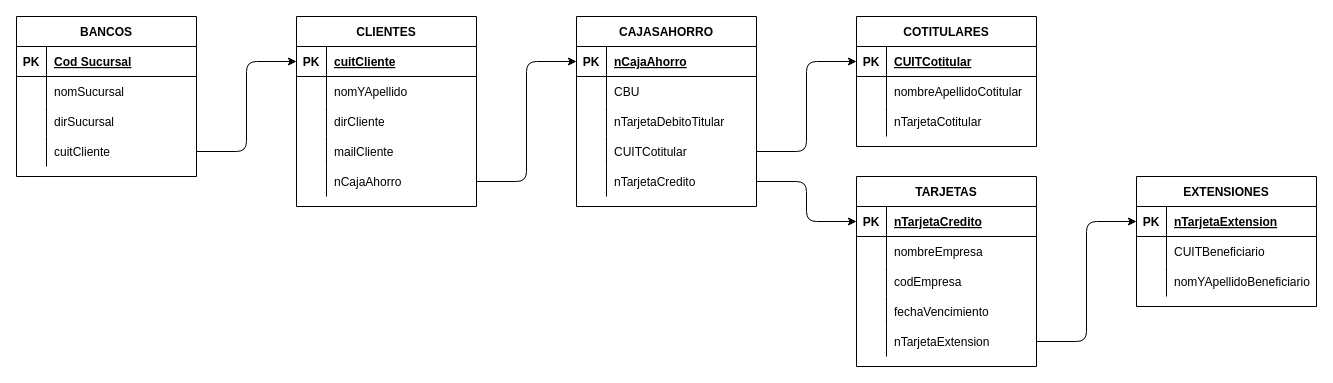
The draw.io diagram Parcial_I_Bancos/1FN_Rocca.drawio in FedericoRocca/DyADDBB_1erCuatrimestre_2021, before the edit. Source tidied: cells renumbered, new cells numbered last; positions are measured from the earlier drawing's top-left corner, leaving out a move shared by most shapes. Both pictures are drawn from the tidied source at 100%, with x=0, y=0 at pixel (16, 16).
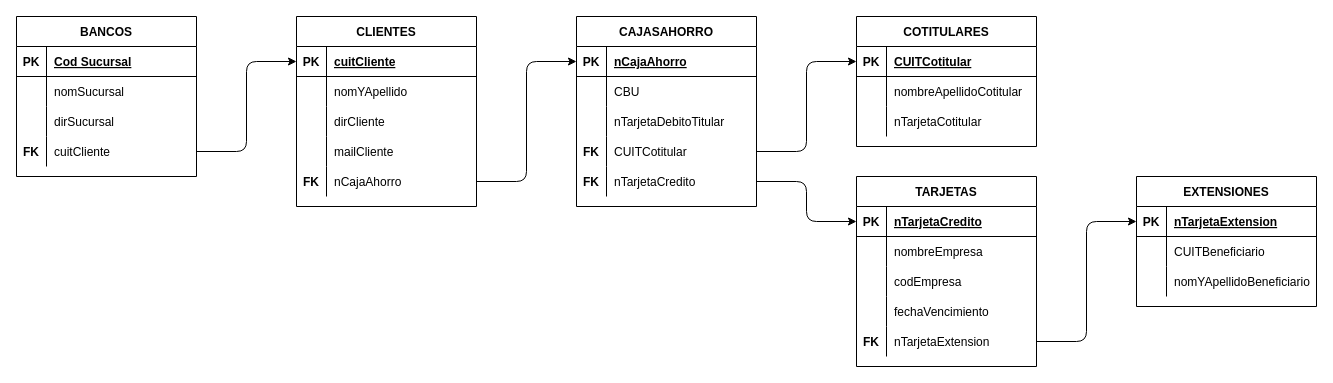
Above is the later version.

Commit message:
Agrego las FK

The change refers to these unchanged cells:
```xml
<mxCell id="12" style="shape=partialRectangle;fillColor=none;top=0;left=0;bottom=0;right=0;points=[[0,0.5],[1,0.5]];portConstraint=eastwest;" parent="2" vertex="1">
  <mxGeometry y="120" width="180" height="30" as="geometry" />
</mxCell>
<mxCell id="28" style="shape=partialRectangle;fillColor=none;top=0;left=0;bottom=0;right=0;points=[[0,0.5],[1,0.5]];portConstraint=eastwest;" parent="15" vertex="1">
  <mxGeometry y="150" width="180" height="30" as="geometry" />
</mxCell>
<mxCell id="41" style="shape=partialRectangle;fillColor=none;top=0;left=0;bottom=0;right=0;points=[[0,0.5],[1,0.5]];portConstraint=eastwest;" parent="31" vertex="1">
  <mxGeometry y="120" width="180" height="30" as="geometry" />
</mxCell>
<mxCell id="44" style="shape=partialRectangle;fillColor=none;top=0;left=0;bottom=0;right=0;points=[[0,0.5],[1,0.5]];portConstraint=eastwest;" parent="31" vertex="1">
  <mxGeometry y="150" width="180" height="30" as="geometry" />
</mxCell>
<mxCell id="70" style="shape=partialRectangle;fillColor=none;top=0;left=0;bottom=0;right=0;points=[[0,0.5],[1,0.5]];portConstraint=eastwest;" parent="57" vertex="1">
  <mxGeometry y="150" width="180" height="30" as="geometry" />
</mxCell>
```

The edit, as a diff of the source:
```diff
@@
-    <mxCell id="13" style="shape=partialRectangle;fillColor=none;top=0;left=0;bottom=0;right=0;overflow=hidden;" parent="12" vertex="1">
+    <mxCell id="13" value="FK" style="shape=partialRectangle;fillColor=none;top=0;left=0;bottom=0;right=0;overflow=hidden;fontStyle=1;" parent="12" vertex="1">
       <mxGeometry width="30" height="30" as="geometry" />
     </mxCell>
@@
-    <mxCell id="29" style="shape=partialRectangle;fillColor=none;top=0;left=0;bottom=0;right=0;overflow=hidden;" parent="28" vertex="1">
+    <mxCell id="29" value="FK" style="shape=partialRectangle;fillColor=none;top=0;left=0;bottom=0;right=0;overflow=hidden;fontStyle=1;" parent="28" vertex="1">
       <mxGeometry width="30" height="30" as="geometry" />
     </mxCell>
@@
-    <mxCell id="42" style="shape=partialRectangle;fillColor=none;top=0;left=0;bottom=0;right=0;overflow=hidden;" parent="41" vertex="1">
+    <mxCell id="42" value="FK" style="shape=partialRectangle;fillColor=none;top=0;left=0;bottom=0;right=0;overflow=hidden;fontStyle=1;" parent="41" vertex="1">
       <mxGeometry width="30" height="30" as="geometry" />
     </mxCell>
@@
-    <mxCell id="45" style="shape=partialRectangle;fillColor=none;top=0;left=0;bottom=0;right=0;overflow=hidden;" parent="44" vertex="1">
+    <mxCell id="45" value="FK" style="shape=partialRectangle;fillColor=none;top=0;left=0;bottom=0;right=0;overflow=hidden;fontStyle=1;" parent="44" vertex="1">
       <mxGeometry width="30" height="30" as="geometry" />
     </mxCell>
@@
-    <mxCell id="71" style="shape=partialRectangle;fillColor=none;top=0;left=0;bottom=0;right=0;overflow=hidden;" parent="70" vertex="1">
+    <mxCell id="71" value="FK" style="shape=partialRectangle;fillColor=none;top=0;left=0;bottom=0;right=0;overflow=hidden;fontStyle=1;" parent="70" vertex="1">
       <mxGeometry width="30" height="30" as="geometry" />
     </mxCell>
```
